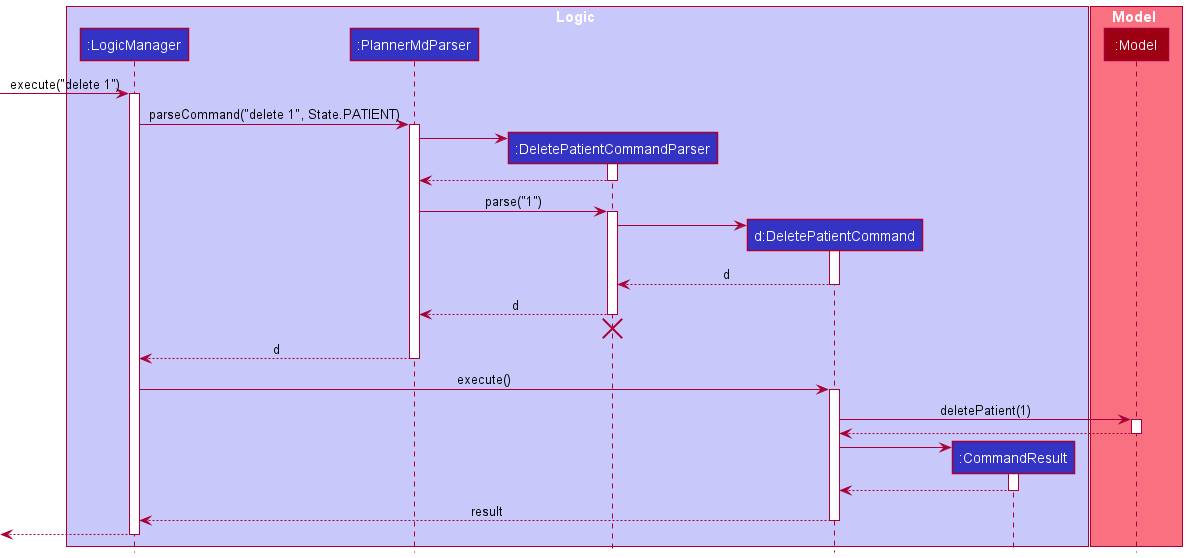
Earlier version of the PlantUML export docs/images/DeleteSequenceDiagram.png (nus-cs2103-AY2122S1/tp).
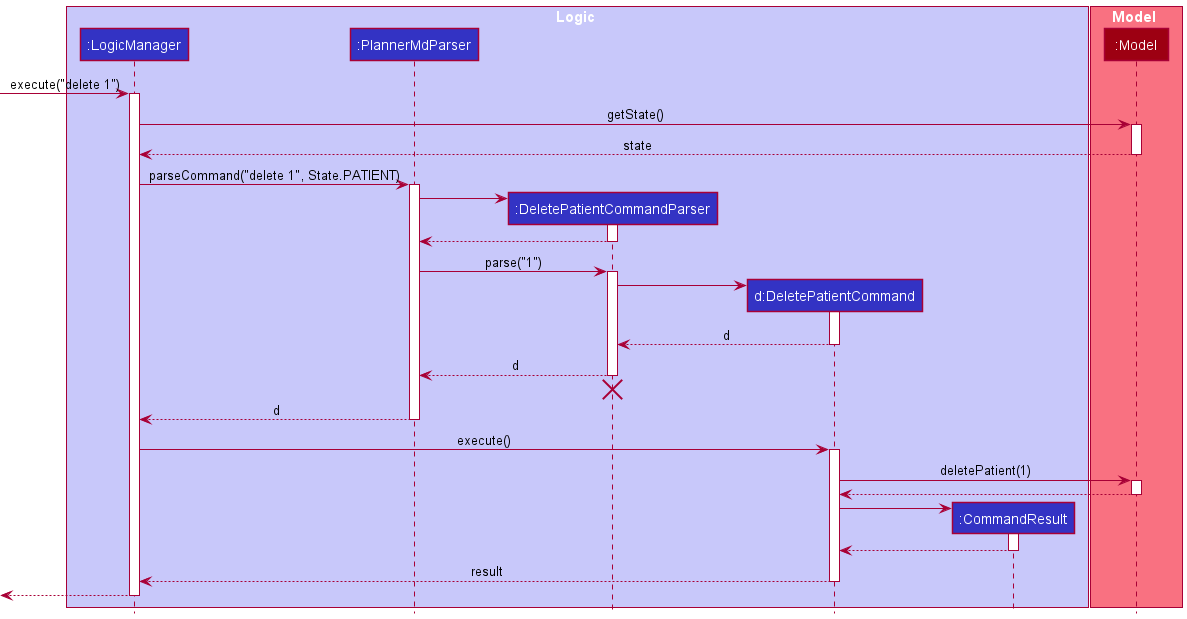
The same diagram one commit later.

Commit message:
Mention querying the state and update sequence diagram

Change to the diagram source:
```diff
@@ -15,6 +15,12 @@
 
 [-> LogicManager : execute("delete 1")
 activate LogicManager
+
+LogicManager -> Model : getState()
+activate Model
+
+Model --> LogicManager : state
+deactivate Model
 
 LogicManager -> PlannerMdParser : parseCommand("delete 1", State.PATIENT)
 activate PlannerMdParser
```
